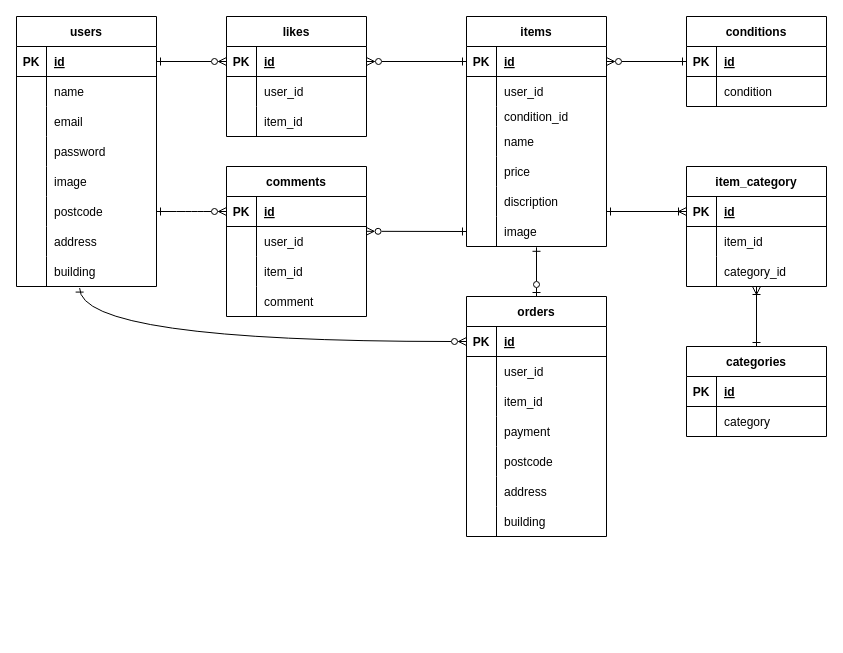
Earlier version of the draw.io diagram ER.dio (ssk-akn/fleamarket_simulation). Source tidied: cells renumbered, new cells numbered last; positions are measured from the earlier drawing's top-left corner, leaving out a move shared by most shapes. Both pictures are drawn from the tidied source at 100%, with x=0, y=0 at pixel (16, 16).
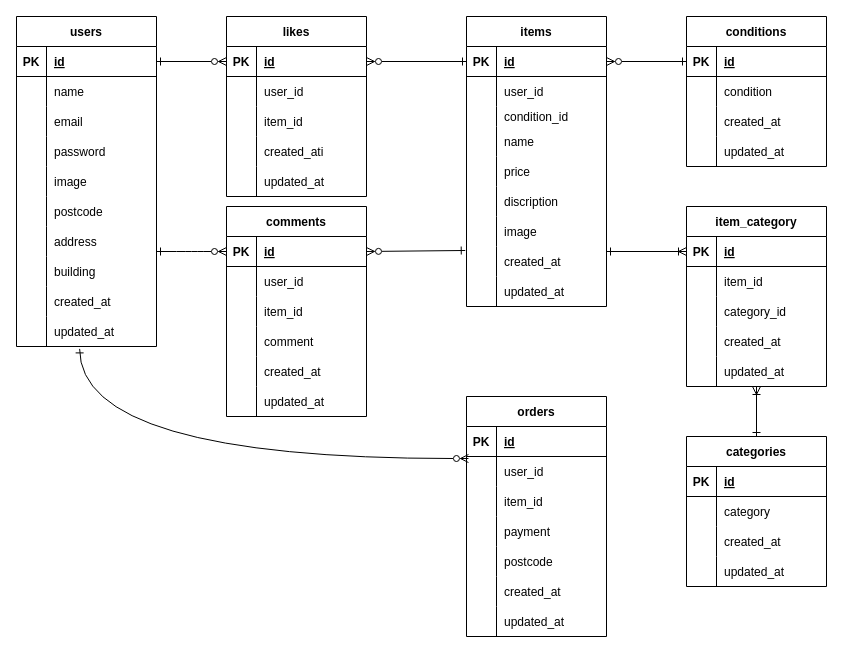
After the change.

Unchanged cells that the change refers to:
```xml
<mxCell id="18" style="shape=tableRow;horizontal=0;startSize=0;swimlaneHead=0;swimlaneBody=0;fillColor=none;points=[[0,0.5],[1,0.5]];portConstraint=eastwest;top=0;left=0;right=0;bottom=0;" parent="2" vertex="1">
  <mxGeometry y="180" width="140" height="30" as="geometry" />
</mxCell>
<mxCell id="24" style="shape=tableRow;horizontal=0;startSize=0;swimlaneHead=0;swimlaneBody=0;fillColor=none;points=[[0,0.5],[1,0.5]];portConstraint=eastwest;top=0;left=0;right=0;bottom=0;" parent="2" vertex="1">
  <mxGeometry y="240" width="140" height="30" as="geometry" />
</mxCell>
<mxCell id="46" style="shape=tableRow;horizontal=0;startSize=0;swimlaneHead=0;swimlaneBody=0;fillColor=none;points=[[0,0.5],[1,0.5]];portConstraint=eastwest;top=0;left=0;right=0;bottom=0;" parent="27" vertex="1">
  <mxGeometry y="200" width="140" height="30" as="geometry" />
</mxCell>
<mxCell id="57" style="shape=tableRow;horizontal=0;startSize=0;swimlaneHead=0;swimlaneBody=0;fillColor=none;points=[[0,0.5],[1,0.5]];portConstraint=eastwest;top=0;left=0;right=0;bottom=1;strokeColor=#000000;" parent="56" vertex="1">
  <mxGeometry y="30" width="140" height="30" as="geometry" />
</mxCell>
<mxCell id="63" style="shape=tableRow;horizontal=0;startSize=0;swimlaneHead=0;swimlaneBody=0;fillColor=none;points=[[0,0.5],[1,0.5]];portConstraint=eastwest;top=0;left=0;right=0;bottom=0;" parent="56" vertex="1">
  <mxGeometry y="90" width="140" height="30" as="geometry" />
</mxCell>
<mxCell id="76" style="shape=tableRow;horizontal=0;startSize=0;swimlaneHead=0;swimlaneBody=0;fillColor=none;points=[[0,0.5],[1,0.5]];portConstraint=eastwest;top=0;left=0;right=0;bottom=1;strokeColor=#000000;" parent="75" vertex="1">
  <mxGeometry y="30" width="140" height="30" as="geometry" />
</mxCell>
<mxCell id="79" style="shape=tableRow;horizontal=0;startSize=0;swimlaneHead=0;swimlaneBody=0;fillColor=none;points=[[0,0.5],[1,0.5]];portConstraint=eastwest;top=0;left=0;right=0;bottom=0;" parent="75" vertex="1">
  <mxGeometry y="60" width="140" height="30" as="geometry" />
</mxCell>
<mxCell id="91" style="shape=tableRow;horizontal=0;startSize=0;swimlaneHead=0;swimlaneBody=0;fillColor=none;top=0;left=0;right=0;bottom=0;" parent="75" vertex="1">
  <mxGeometry y="180" width="140" height="30" as="geometry" />
</mxCell>
<mxCell id="94" style="shape=tableRow;horizontal=0;startSize=0;swimlaneHead=0;swimlaneBody=0;fillColor=none;top=0;left=0;right=0;bottom=0;" parent="75" vertex="1">
  <mxGeometry y="210" width="140" height="30" as="geometry" />
</mxCell>
<mxCell id="108" style="shape=tableRow;horizontal=0;startSize=0;swimlaneHead=0;swimlaneBody=0;fillColor=none;points=[[0,0.5],[1,0.5]];portConstraint=eastwest;top=0;left=0;right=0;bottom=1;strokeColor=#000000;" parent="107" vertex="1">
  <mxGeometry y="30" width="140" height="30" as="geometry" />
</mxCell>
<mxCell id="111" style="shape=tableRow;horizontal=0;startSize=0;swimlaneHead=0;swimlaneBody=0;fillColor=none;points=[[0,0.5],[1,0.5]];portConstraint=eastwest;top=0;left=0;right=0;bottom=0;" parent="107" vertex="1">
  <mxGeometry y="60" width="140" height="30" as="geometry" />
</mxCell>
```

Diff of the diagram source:
```diff
@@
     <mxCell id="2" value="users" style="shape=table;startSize=30;childLayout=tableLayout;rowLines=0;fontStyle=1;align=center;strokeColor=#000000;" parent="1" vertex="1">
-      <mxGeometry width="140" height="270" as="geometry" />
+      <mxGeometry width="140" height="330" as="geometry" />
     </mxCell>
@@
+    <mxCell id="127" style="shape=tableRow;horizontal=0;startSize=0;swimlaneHead=0;swimlaneBody=0;fillColor=none;top=0;left=0;right=0;bottom=0;" parent="2" vertex="1">
+      <mxGeometry y="270" width="140" height="30" as="geometry" />
+    </mxCell>
+    <mxCell id="128" style="shape=partialRectangle;fillColor=none;top=0;left=0;bottom=0;right=0;overflow=hidden;" parent="127" vertex="1">
+      <mxGeometry width="30" height="30" as="geometry" />
+    </mxCell>
+    <mxCell id="129" value="created_at" style="shape=partialRectangle;fillColor=none;top=0;left=0;bottom=0;right=0;align=left;spacingLeft=6;overflow=hidden;strokeColor=#000000;fontColor=#000000;verticalAlign=middle;" parent="127" vertex="1">
+      <mxGeometry x="30" width="110" height="30" as="geometry" />
+    </mxCell>
+    <mxCell id="130" style="shape=tableRow;horizontal=0;startSize=0;swimlaneHead=0;swimlaneBody=0;fillColor=none;points=[[0,0.5],[1,0.5]];portConstraint=eastwest;top=0;left=0;right=0;bottom=0;" parent="2" vertex="1">
+      <mxGeometry y="300" width="140" height="30" as="geometry" />
+    </mxCell>
+    <mxCell id="131" style="shape=partialRectangle;fillColor=none;top=0;left=0;bottom=0;right=0;overflow=hidden;" parent="130" vertex="1">
+      <mxGeometry width="30" height="30" as="geometry" />
+    </mxCell>
+    <mxCell id="132" value="updated_at" style="shape=partialRectangle;fillColor=none;top=0;left=0;bottom=0;right=0;align=left;spacingLeft=6;overflow=hidden;strokeColor=#000000;fontColor=#000000;verticalAlign=middle;" parent="130" vertex="1">
+      <mxGeometry x="30" width="110" height="30" as="geometry" />
+    </mxCell>
     <mxCell id="27" value="items" style="shape=table;startSize=30;childLayout=tableLayout;rowLines=0;fontStyle=1;align=center;strokeColor=#000000;" parent="1" vertex="1">
-      <mxGeometry x="450" width="140" height="230" as="geometry" />
+      <mxGeometry x="450" width="140" height="290" as="geometry" />
     </mxCell>
@@
+    <mxCell id="133" style="shape=tableRow;horizontal=0;startSize=0;swimlaneHead=0;swimlaneBody=0;fillColor=none;points=[[0,0.5],[1,0.5]];portConstraint=eastwest;top=0;left=0;right=0;bottom=0;" parent="27" vertex="1">
+      <mxGeometry y="230" width="140" height="30" as="geometry" />
+    </mxCell>
+    <mxCell id="134" style="shape=partialRectangle;fillColor=none;top=0;left=0;bottom=0;right=0;overflow=hidden;" parent="133" vertex="1">
+      <mxGeometry width="30" height="30" as="geometry" />
+    </mxCell>
+    <mxCell id="135" value="created_at" style="shape=partialRectangle;fillColor=none;top=0;left=0;bottom=0;right=0;align=left;spacingLeft=6;overflow=hidden;strokeColor=#000000;fontColor=#000000;" parent="133" vertex="1">
+      <mxGeometry x="30" width="110" height="30" as="geometry" />
+    </mxCell>
+    <mxCell id="136" style="shape=tableRow;horizontal=0;startSize=0;swimlaneHead=0;swimlaneBody=0;fillColor=none;top=0;left=0;right=0;bottom=0;" parent="27" vertex="1">
+      <mxGeometry y="260" width="140" height="30" as="geometry" />
+    </mxCell>
+    <mxCell id="137" style="shape=partialRectangle;fillColor=none;top=0;left=0;bottom=0;right=0;overflow=hidden;" parent="136" vertex="1">
+      <mxGeometry width="30" height="30" as="geometry" />
+    </mxCell>
+    <mxCell id="138" value="updated_at" style="shape=partialRectangle;fillColor=none;top=0;left=0;bottom=0;right=0;align=left;spacingLeft=6;overflow=hidden;strokeColor=#000000;fontColor=#000000;" parent="136" vertex="1">
+      <mxGeometry x="30" width="110" height="30" as="geometry" />
+    </mxCell>
     <mxCell id="49" value="conditions" style="shape=table;startSize=30;childLayout=tableLayout;rowLines=0;fontStyle=1;align=center;strokeColor=#000000;" parent="1" vertex="1">
-      <mxGeometry x="670" width="140" height="90" as="geometry" />
+      <mxGeometry x="670" width="140" height="150" as="geometry" />
     </mxCell>
@@
+    <mxCell id="139" style="shape=tableRow;horizontal=0;startSize=0;swimlaneHead=0;swimlaneBody=0;fillColor=none;top=0;left=0;right=0;bottom=0;" parent="49" vertex="1">
+      <mxGeometry y="90" width="140" height="30" as="geometry" />
+    </mxCell>
+    <mxCell id="140" style="shape=partialRectangle;fillColor=none;top=0;left=0;bottom=0;right=0;overflow=hidden;" parent="139" vertex="1">
+      <mxGeometry width="30" height="30" as="geometry" />
+    </mxCell>
+    <mxCell id="141" value="created_at" style="shape=partialRectangle;fillColor=none;top=0;left=0;bottom=0;right=0;align=left;spacingLeft=6;overflow=hidden;fontColor=#000000;labelBorderColor=none;strokeColor=#000000;" parent="139" vertex="1">
+      <mxGeometry x="30" width="110" height="30" as="geometry" />
+    </mxCell>
+    <mxCell id="142" style="shape=tableRow;horizontal=0;startSize=0;swimlaneHead=0;swimlaneBody=0;fillColor=none;top=0;left=0;right=0;bottom=0;" parent="49" vertex="1">
+      <mxGeometry y="120" width="140" height="30" as="geometry" />
+    </mxCell>
+    <mxCell id="143" style="shape=partialRectangle;fillColor=none;top=0;left=0;bottom=0;right=0;overflow=hidden;" parent="142" vertex="1">
+      <mxGeometry width="30" height="30" as="geometry" />
+    </mxCell>
+    <mxCell id="144" value="updated_at" style="shape=partialRectangle;fillColor=none;top=0;left=0;bottom=0;right=0;align=left;spacingLeft=6;overflow=hidden;fontColor=#000000;labelBorderColor=none;strokeColor=#000000;" parent="142" vertex="1">
+      <mxGeometry x="30" width="110" height="30" as="geometry" />
+    </mxCell>
     <mxCell id="56" value="item_category" style="shape=table;startSize=30;childLayout=tableLayout;rowLines=0;fontStyle=1;align=center;strokeColor=#000000;" parent="1" vertex="1">
-      <mxGeometry x="670" y="150" width="140" height="120" as="geometry" />
+      <mxGeometry x="670" y="190" width="140" height="180" as="geometry" />
     </mxCell>
@@
+    <mxCell id="145" style="shape=tableRow;horizontal=0;startSize=0;swimlaneHead=0;swimlaneBody=0;fillColor=none;top=0;left=0;right=0;bottom=0;" parent="56" vertex="1">
+      <mxGeometry y="120" width="140" height="30" as="geometry" />
+    </mxCell>
+    <mxCell id="146" style="shape=partialRectangle;fillColor=none;top=0;left=0;bottom=0;right=0;overflow=hidden;" parent="145" vertex="1">
+      <mxGeometry width="30" height="30" as="geometry" />
+    </mxCell>
+    <mxCell id="147" value="created_at" style="shape=partialRectangle;fillColor=none;top=0;left=0;bottom=0;right=0;align=left;spacingLeft=6;overflow=hidden;fontColor=#000000;labelBorderColor=none;strokeColor=#000000;" parent="145" vertex="1">
+      <mxGeometry x="30" width="110" height="30" as="geometry" />
+    </mxCell>
+    <mxCell id="148" style="shape=tableRow;horizontal=0;startSize=0;swimlaneHead=0;swimlaneBody=0;fillColor=none;top=0;left=0;right=0;bottom=0;" parent="56" vertex="1">
+      <mxGeometry y="150" width="140" height="30" as="geometry" />
+    </mxCell>
+    <mxCell id="149" style="shape=partialRectangle;fillColor=none;top=0;left=0;bottom=0;right=0;overflow=hidden;" parent="148" vertex="1">
+      <mxGeometry width="30" height="30" as="geometry" />
+    </mxCell>
+    <mxCell id="150" value="updated_at" style="shape=partialRectangle;fillColor=none;top=0;left=0;bottom=0;right=0;align=left;spacingLeft=6;overflow=hidden;fontColor=#000000;labelBorderColor=none;strokeColor=#000000;" parent="148" vertex="1">
+      <mxGeometry x="30" width="110" height="30" as="geometry" />
+    </mxCell>
-    <mxCell id="66" style="edgeStyle=none;html=1;exitX=0.5;exitY=0;exitDx=0;exitDy=0;strokeColor=#000000;fontColor=#000000;startArrow=ERone;startFill=0;endArrow=ERoneToMany;endFill=0;" parent="1" edge="1" source="67" target="63">
-      <mxGeometry relative="1" as="geometry" />
+    <mxCell id="66" style="edgeStyle=none;html=1;exitX=0.5;exitY=0;exitDx=0;exitDy=0;strokeColor=#000000;fontColor=#000000;startArrow=ERone;startFill=0;endArrow=ERoneToMany;endFill=0;" parent="1" edge="1" source="67">
+      <mxGeometry relative="1" as="geometry">
+        <mxPoint x="740" y="370" as="targetPoint" />
+      </mxGeometry>
     </mxCell>
     <mxCell id="67" value="categories" style="shape=table;startSize=30;childLayout=tableLayout;rowLines=0;fontStyle=1;align=center;strokeColor=#000000;" parent="1" vertex="1">
-      <mxGeometry x="670" y="330" width="140" height="90" as="geometry" />
+      <mxGeometry x="670" y="420" width="140" height="150" as="geometry" />
     </mxCell>
@@
-    <mxCell id="74" style="edgeStyle=none;html=1;entryX=0.5;entryY=1.027;entryDx=0;entryDy=0;entryPerimeter=0;strokeColor=#000000;fontColor=#000000;startArrow=ERzeroToOne;startFill=0;endArrow=ERone;endFill=0;" parent="1" edge="1" target="46">
-      <mxGeometry relative="1" as="geometry">
-        <mxPoint x="520" y="280" as="sourcePoint" />
-      </mxGeometry>
-    </mxCell>
+    <mxCell id="151" style="shape=tableRow;horizontal=0;startSize=0;swimlaneHead=0;swimlaneBody=0;fillColor=none;top=0;left=0;right=0;bottom=0;" parent="67" vertex="1">
+      <mxGeometry y="90" width="140" height="30" as="geometry" />
+    </mxCell>
+    <mxCell id="152" style="shape=partialRectangle;fillColor=none;top=0;left=0;bottom=0;right=0;overflow=hidden;" parent="151" vertex="1">
+      <mxGeometry width="30" height="30" as="geometry" />
+    </mxCell>
+    <mxCell id="153" value="created_at" style="shape=partialRectangle;fillColor=none;top=0;left=0;bottom=0;right=0;align=left;spacingLeft=6;overflow=hidden;fontColor=#000000;labelBorderColor=none;strokeColor=#000000;" parent="151" vertex="1">
+      <mxGeometry x="30" width="110" height="30" as="geometry" />
+    </mxCell>
+    <mxCell id="154" style="shape=tableRow;horizontal=0;startSize=0;swimlaneHead=0;swimlaneBody=0;fillColor=none;top=0;left=0;right=0;bottom=0;" parent="67" vertex="1">
+      <mxGeometry y="120" width="140" height="30" as="geometry" />
+    </mxCell>
+    <mxCell id="155" style="shape=partialRectangle;fillColor=none;top=0;left=0;bottom=0;right=0;overflow=hidden;" parent="154" vertex="1">
+      <mxGeometry width="30" height="30" as="geometry" />
+    </mxCell>
+    <mxCell id="156" value="updated_at" style="shape=partialRectangle;fillColor=none;top=0;left=0;bottom=0;right=0;align=left;spacingLeft=6;overflow=hidden;fontColor=#000000;labelBorderColor=none;strokeColor=#000000;" parent="154" vertex="1">
+      <mxGeometry x="30" width="110" height="30" as="geometry" />
+    </mxCell>
     <mxCell id="75" value="orders" style="shape=table;startSize=30;childLayout=tableLayout;rowLines=0;fontStyle=1;align=center;strokeColor=#000000;" parent="1" vertex="1">
-      <mxGeometry x="450" y="280" width="140" height="240" as="geometry" />
+      <mxGeometry x="450" y="380" width="140" height="240" as="geometry" />
     </mxCell>
@@
-    <mxCell id="93" value="address" style="shape=partialRectangle;fillColor=none;top=0;left=0;bottom=0;right=0;align=left;spacingLeft=6;overflow=hidden;fontColor=#000000;labelBorderColor=none;strokeColor=#000000;" parent="91" vertex="1">
+    <mxCell id="93" value="created_at" style="shape=partialRectangle;fillColor=none;top=0;left=0;bottom=0;right=0;align=left;spacingLeft=6;overflow=hidden;fontColor=#000000;labelBorderColor=none;strokeColor=#000000;" parent="91" vertex="1">
       <mxGeometry x="30" width="110" height="30" as="geometry" />
     </mxCell>
@@
-    <mxCell id="96" value="building" style="shape=partialRectangle;fillColor=none;top=0;left=0;bottom=0;right=0;align=left;spacingLeft=6;overflow=hidden;fontColor=#000000;labelBorderColor=none;strokeColor=#000000;" parent="94" vertex="1">
+    <mxCell id="96" value="updated_at" style="shape=partialRectangle;fillColor=none;top=0;left=0;bottom=0;right=0;align=left;spacingLeft=6;overflow=hidden;fontColor=#000000;labelBorderColor=none;strokeColor=#000000;" parent="94" vertex="1">
       <mxGeometry x="30" width="110" height="30" as="geometry" />
     </mxCell>
     <mxCell id="97" value="likes" style="shape=table;startSize=30;childLayout=tableLayout;rowLines=0;fontStyle=1;align=center;strokeColor=#000000;" parent="1" vertex="1">
-      <mxGeometry x="210" width="140" height="120" as="geometry" />
+      <mxGeometry x="210" width="140" height="180" as="geometry" />
     </mxCell>
@@
+    <mxCell id="157" style="shape=tableRow;horizontal=0;startSize=0;swimlaneHead=0;swimlaneBody=0;fillColor=none;top=0;left=0;right=0;bottom=0;" parent="97" vertex="1">
+      <mxGeometry y="120" width="140" height="30" as="geometry" />
+    </mxCell>
+    <mxCell id="158" style="shape=partialRectangle;fillColor=none;top=0;left=0;bottom=0;right=0;overflow=hidden;" parent="157" vertex="1">
+      <mxGeometry width="30" height="30" as="geometry" />
+    </mxCell>
+    <mxCell id="159" value="created_ati" style="shape=partialRectangle;fillColor=none;top=0;left=0;bottom=0;right=0;align=left;spacingLeft=6;overflow=hidden;fontColor=#000000;labelBorderColor=none;strokeColor=#000000;" parent="157" vertex="1">
+      <mxGeometry x="30" width="110" height="30" as="geometry" />
+    </mxCell>
+    <mxCell id="160" style="shape=tableRow;horizontal=0;startSize=0;swimlaneHead=0;swimlaneBody=0;fillColor=none;top=0;left=0;right=0;bottom=0;" parent="97" vertex="1">
+      <mxGeometry y="150" width="140" height="30" as="geometry" />
+    </mxCell>
+    <mxCell id="161" style="shape=partialRectangle;fillColor=none;top=0;left=0;bottom=0;right=0;overflow=hidden;" parent="160" vertex="1">
+      <mxGeometry width="30" height="30" as="geometry" />
+    </mxCell>
+    <mxCell id="162" value="updated_at" style="shape=partialRectangle;fillColor=none;top=0;left=0;bottom=0;right=0;align=left;spacingLeft=6;overflow=hidden;fontColor=#000000;labelBorderColor=none;strokeColor=#000000;" parent="160" vertex="1">
+      <mxGeometry x="30" width="110" height="30" as="geometry" />
+    </mxCell>
     <mxCell id="107" value="comments" style="shape=table;startSize=30;childLayout=tableLayout;rowLines=0;fontStyle=1;align=center;strokeColor=#000000;" parent="1" vertex="1">
-      <mxGeometry x="210" y="150" width="140" height="150" as="geometry" />
+      <mxGeometry x="210" y="190" width="140" height="210" as="geometry" />
     </mxCell>
@@
+    <mxCell id="163" style="shape=tableRow;horizontal=0;startSize=0;swimlaneHead=0;swimlaneBody=0;fillColor=none;top=0;left=0;right=0;bottom=0;" parent="107" vertex="1">
+      <mxGeometry y="150" width="140" height="30" as="geometry" />
+    </mxCell>
+    <mxCell id="164" style="shape=partialRectangle;fillColor=none;top=0;left=0;bottom=0;right=0;overflow=hidden;" parent="163" vertex="1">
+      <mxGeometry width="30" height="30" as="geometry" />
+    </mxCell>
+    <mxCell id="165" value="created_at" style="shape=partialRectangle;fillColor=none;top=0;left=0;bottom=0;right=0;align=left;spacingLeft=6;overflow=hidden;fontColor=#000000;labelBorderColor=none;strokeColor=#000000;" parent="163" vertex="1">
+      <mxGeometry x="30" width="110" height="30" as="geometry" />
+    </mxCell>
+    <mxCell id="166" style="shape=tableRow;horizontal=0;startSize=0;swimlaneHead=0;swimlaneBody=0;fillColor=none;top=0;left=0;right=0;bottom=0;" parent="107" vertex="1">
+      <mxGeometry y="180" width="140" height="30" as="geometry" />
+    </mxCell>
+    <mxCell id="167" style="shape=partialRectangle;fillColor=none;top=0;left=0;bottom=0;right=0;overflow=hidden;" parent="166" vertex="1">
+      <mxGeometry width="30" height="30" as="geometry" />
+    </mxCell>
+    <mxCell id="168" value="updated_at" style="shape=partialRectangle;fillColor=none;top=0;left=0;bottom=0;right=0;align=left;spacingLeft=6;overflow=hidden;fontColor=#000000;labelBorderColor=none;strokeColor=#000000;" parent="166" vertex="1">
+      <mxGeometry x="30" width="110" height="30" as="geometry" />
+    </mxCell>
@@
-    <mxCell id="122" style="edgeStyle=entityRelationEdgeStyle;html=1;exitX=1;exitY=0.5;exitDx=0;exitDy=0;entryX=0;entryY=0.5;entryDx=0;entryDy=0;strokeColor=#000000;fontColor=#000000;startArrow=ERone;startFill=0;endArrow=ERzeroToMany;endFill=0;" parent="1" edge="1" source="18" target="108">
-      <mxGeometry relative="1" as="geometry" />
+    <mxCell id="122" style="edgeStyle=entityRelationEdgeStyle;html=1;entryX=0;entryY=0.5;entryDx=0;entryDy=0;strokeColor=#000000;fontColor=#000000;startArrow=ERone;startFill=0;endArrow=ERzeroToMany;endFill=0;" parent="1" edge="1" target="108">
+      <mxGeometry relative="1" as="geometry">
+        <mxPoint x="140" y="235" as="sourcePoint" />
+      </mxGeometry>
     </mxCell>
-    <mxCell id="123" style="edgeStyle=orthogonalEdgeStyle;curved=1;html=1;exitX=0;exitY=0.5;exitDx=0;exitDy=0;entryX=0.451;entryY=1.053;entryDx=0;entryDy=0;entryPerimeter=0;strokeColor=#000000;fontColor=#000000;endArrow=ERone;endFill=0;startArrow=ERzeroToMany;startFill=0;" parent="1" edge="1" source="76" target="24">
+    <mxCell id="123" style="edgeStyle=orthogonalEdgeStyle;curved=1;html=1;exitX=0.014;exitY=0.067;exitDx=0;exitDy=0;strokeColor=#000000;fontColor=#000000;endArrow=ERone;endFill=0;startArrow=ERzeroToMany;startFill=0;entryX=0.451;entryY=1.08;entryDx=0;entryDy=0;entryPerimeter=0;exitPerimeter=0;" parent="1" edge="1" source="79" target="130">
       <mxGeometry relative="1" as="geometry">
         <Array as="points">
-          <mxPoint x="63" y="325" />
+          <mxPoint x="63" y="442" />
         </Array>
       </mxGeometry>
     </mxCell>
@@
     <mxCell id="125" style="edgeStyle=none;html=1;exitX=0;exitY=0.5;exitDx=0;exitDy=0;strokeColor=#000000;fontColor=#000000;startArrow=ERoneToMany;startFill=0;endArrow=ERone;endFill=0;" parent="1" edge="1" source="57">
       <mxGeometry relative="1" as="geometry">
-        <mxPoint x="590" y="195" as="targetPoint" />
+        <mxPoint x="590" y="235" as="targetPoint" />
       </mxGeometry>
     </mxCell>
-    <mxCell id="126" style="edgeStyle=none;html=1;exitX=0;exitY=0.5;exitDx=0;exitDy=0;entryX=0.997;entryY=0.16;entryDx=0;entryDy=0;entryPerimeter=0;strokeColor=#000000;fontColor=#000000;startArrow=ERone;startFill=0;endArrow=ERzeroToMany;endFill=0;" parent="1" edge="1" source="46" target="111">
+    <mxCell id="126" style="edgeStyle=none;html=1;exitX=-0.009;exitY=0.133;exitDx=0;exitDy=0;entryX=1;entryY=0.5;entryDx=0;entryDy=0;strokeColor=#000000;fontColor=#000000;startArrow=ERone;startFill=0;endArrow=ERzeroToMany;endFill=0;exitPerimeter=0;" parent="1" edge="1" source="133" target="108">
       <mxGeometry relative="1" as="geometry" />
     </mxCell>
```
